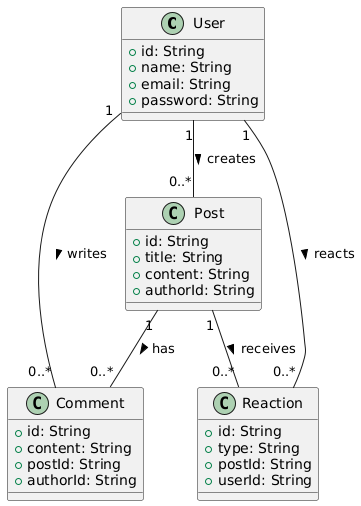
Above: plantUML/classDiagram.png in Hasanfx/TalkBackend (PlantUML), before the change. The source it was exported from:
```plantuml
@startuml
class User {
    +id: String
    +name: String
    +email: String
    +password: String
}

class Post {
    +id: String
    +title: String
    +content: String
    +authorId: String
}

class Comment {
    +id: String
    +content: String
    +postId: String
    +authorId: String
}

class Reaction {
    +id: String
    +type: String
    +postId: String
    +userId: String
}

User "1" -- "0..*" Post : creates >
Post "1" -- "0..*" Comment : has >
User "1" -- "0..*" Comment : writes >
Post "1" -- "0..*" Reaction : receives >
User "1" -- "0..*" Reaction : reacts >
@enduml
```
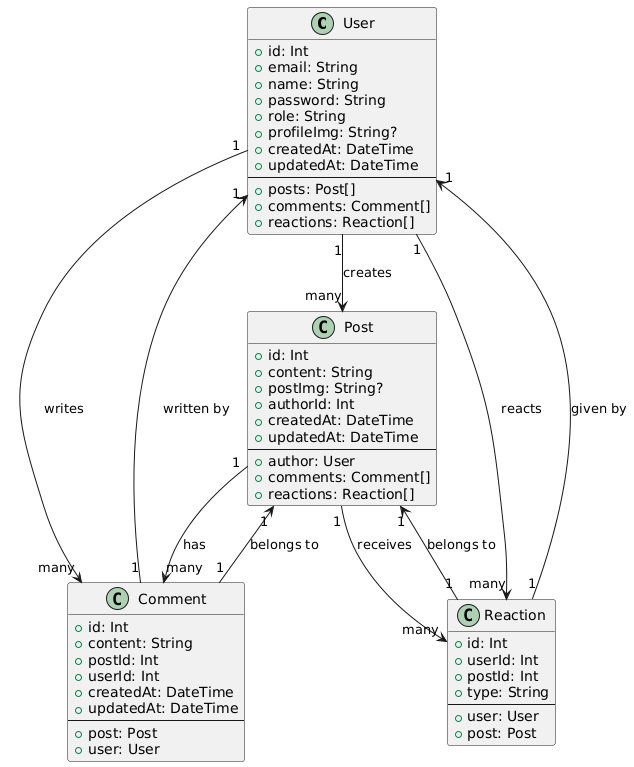
Later version of the same file.

What changed in the source:
```diff
@@ -1,35 +1,64 @@
 @startuml
 class User {
-    +id: String
-    +name: String
-    +email: String
-    +password: String
+  + id: Int
+  + email: String
+  + name: String
+  + password: String
+  + role: String
+  + profileImg: String?
+  + createdAt: DateTime
+  + updatedAt: DateTime
+  --
+  + posts: Post[]
+  + comments: Comment[]
+  + reactions: Reaction[]
 }
 
 class Post {
-    +id: String
-    +title: String
-    +content: String
-    +authorId: String
+  + id: Int
+  + content: String
+  + postImg: String?
+  + authorId: Int
+  + createdAt: DateTime
+  + updatedAt: DateTime
+  --
+  + author: User
+  + comments: Comment[]
+  + reactions: Reaction[]
 }
 
 class Comment {
-    +id: String
-    +content: String
-    +postId: String
-    +authorId: String
+  + id: Int
+  + content: String
+  + postId: Int
+  + userId: Int
+  + createdAt: DateTime
+  + updatedAt: DateTime
+  --
+  + post: Post
+  + user: User
 }
 
 class Reaction {
-    +id: String
-    +type: String
-    +postId: String
-    +userId: String
+  + id: Int
+  + userId: Int
+  + postId: Int
+  + type: String
+  --
+  + user: User
+  + post: Post
 }
 
-User "1" -- "0..*" Post : creates >
-Post "1" -- "0..*" Comment : has >
-User "1" -- "0..*" Comment : writes >
-Post "1" -- "0..*" Reaction : receives >
-User "1" -- "0..*" Reaction : reacts >
+User "1" --> "many" Post : creates
+User "1" --> "many" Comment : writes
+User "1" --> "many" Reaction : reacts
+
+Post "1" --> "many" Comment : has
+Post "1" --> "many" Reaction : receives
+
+Comment "1" --> "1" Post : belongs to
+Comment "1" --> "1" User : written by
+
+Reaction "1" --> "1" Post : belongs to
+Reaction "1" --> "1" User : given by
 @enduml
```
